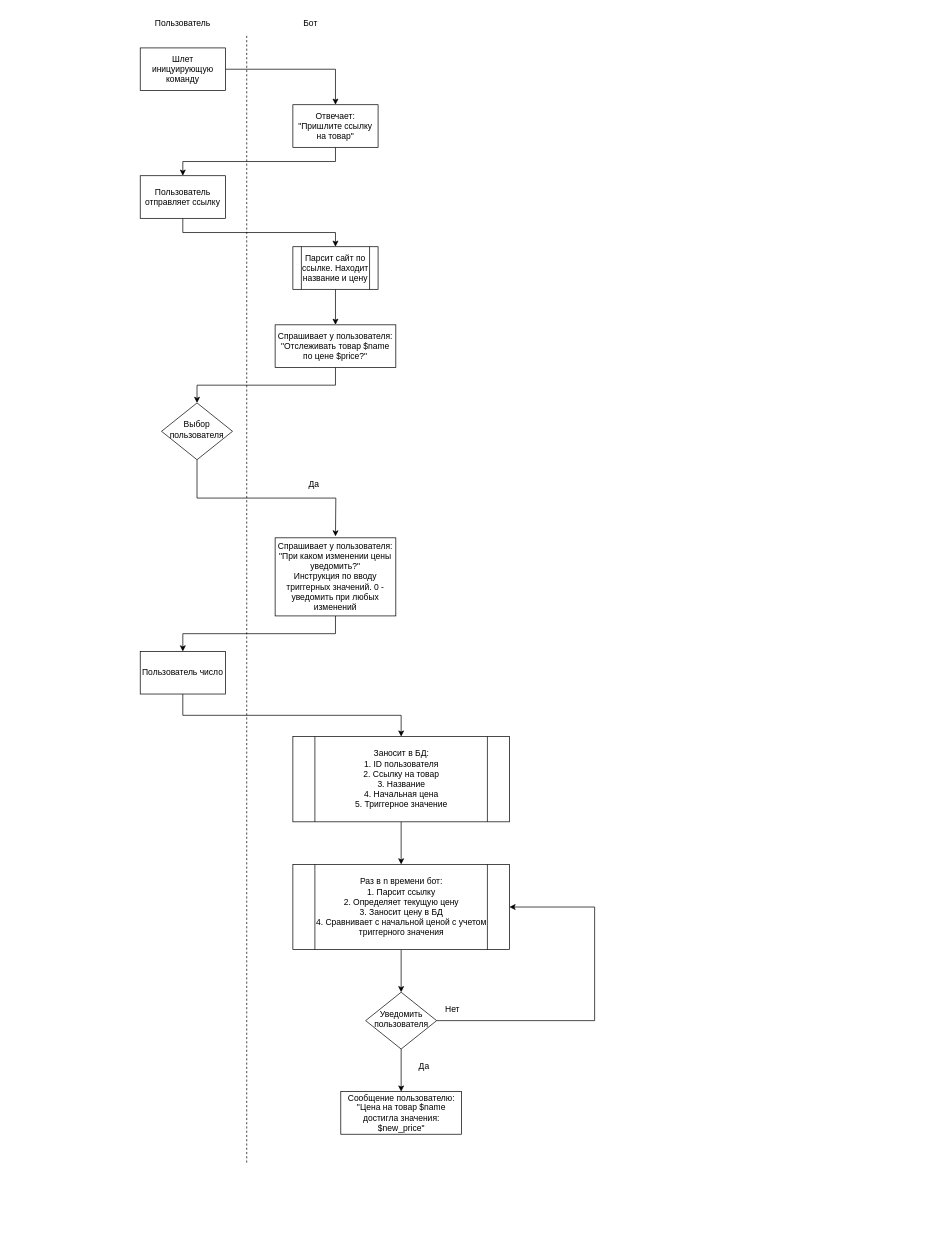
The draw.io diagram Бот по отслеживанию цен.drawio in EhIvan/changePriceBot, before the edit. Source tidied: cells renumbered, new cells numbered last; positions are measured from the earlier drawing's top-left corner, leaving out a move shared by most shapes. Both pictures are drawn from the tidied source at 71%, with x=0, y=0 at pixel (140, 12).
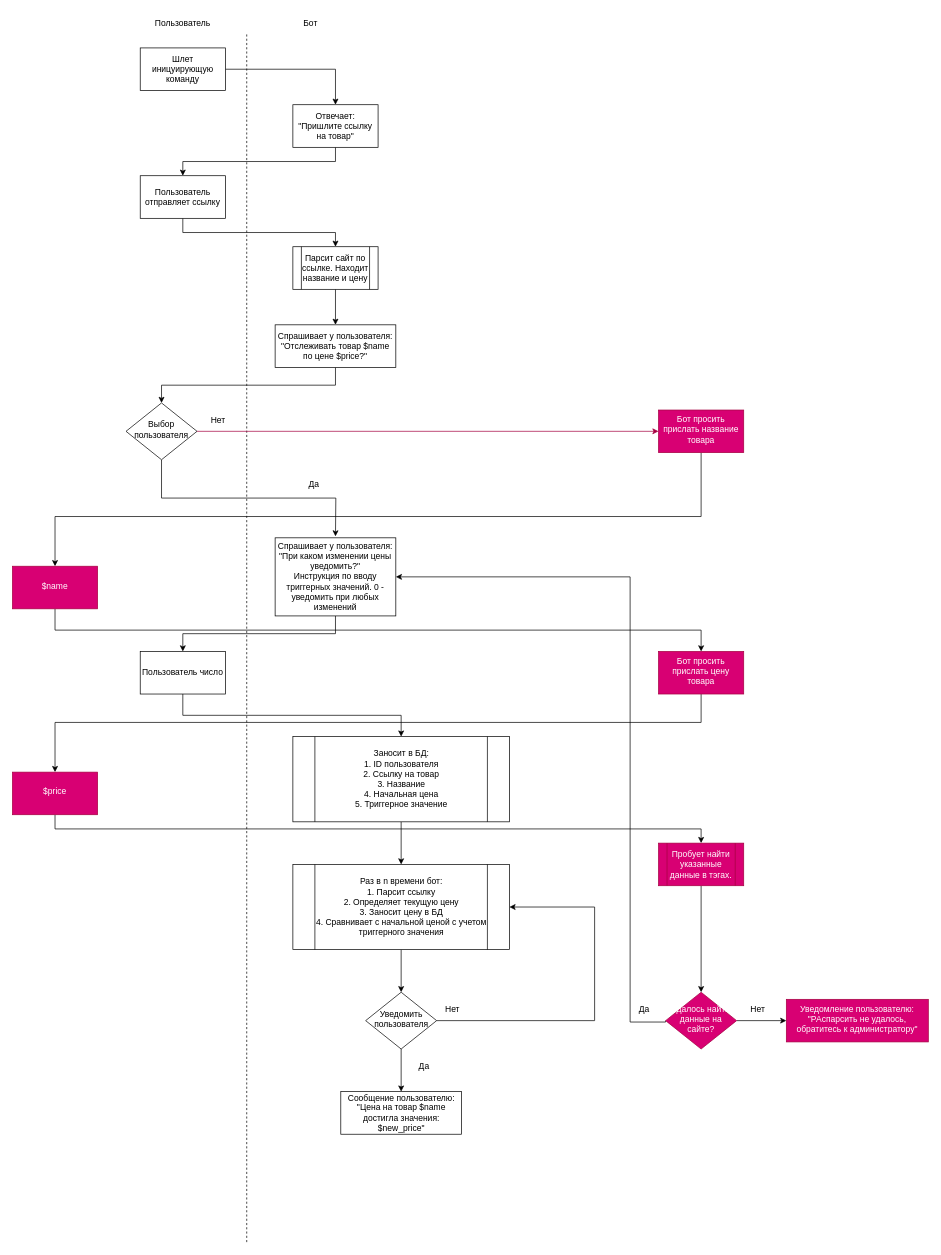
After the change.

The change refers to these unchanged cells:
```xml
<mxCell id="19" value="Спрашивает у пользователя:&lt;br&gt;&quot;При каком изменении цены уведомить?&quot;&lt;br&gt;Инструкция по вводу триггерных значений. 0 - уведомить при любых изменений" style="rounded=0;whiteSpace=wrap;html=1;" parent="1" vertex="1">
  <mxGeometry x="190" y="740" width="170" height="110" as="geometry" />
</mxCell>
```

Change to the diagram source:
```diff
@@
-    <mxCell id="2" style="endArrow=none;dashed=1;html=1;rounded=0;" parent="1" edge="1">
+    <mxCell id="2" style="endArrow=none;dashed=1;html=1;rounded=0;startArrow=none;" parent="1" edge="1">
       <mxGeometry relative="1" as="geometry">
-        <mxPoint x="150" y="1620" as="sourcePoint" />
+        <mxPoint x="150" y="1732" as="sourcePoint" />
         <mxPoint x="150" y="30" as="targetPoint" />
       </mxGeometry>
     </mxCell>
@@
+    <mxCell id="32" style="edgeStyle=orthogonalEdgeStyle;rounded=0;jettySize=auto;html=1;fillColor=#d80073;strokeColor=#A50040;" parent="1" edge="1" source="16" target="34">
+      <mxGeometry relative="1" as="geometry" />
+    </mxCell>
     <mxCell id="16" value="Выбор пользователя" style="rhombus;whiteSpace=wrap;html=1;shadow=0;fontFamily=Helvetica;fontSize=12;align=center;strokeWidth=1;spacing=6;spacingTop=-4;" parent="1" vertex="1">
-      <mxGeometry x="30" y="550" width="100" height="80" as="geometry" />
+      <mxGeometry x="-20" y="550" width="100" height="80" as="geometry" />
     </mxCell>
@@
+    <mxCell id="33" style="edgeStyle=orthogonalEdgeStyle;rounded=0;jettySize=auto;html=1;" parent="1" edge="1" source="34" target="37">
+      <mxGeometry relative="1" as="geometry">
+        <Array as="points">
+          <mxPoint x="790" y="710" />
+          <mxPoint x="-120" y="710" />
+        </Array>
+      </mxGeometry>
+    </mxCell>
+    <mxCell id="34" value="Бот просить прислать название товара" style="whiteSpace=wrap;html=1;shadow=0;strokeWidth=1;spacing=6;spacingTop=-4;fillColor=#d80073;fontColor=#ffffff;strokeColor=#A50040;" parent="1" vertex="1">
+      <mxGeometry x="730" y="560" width="120" height="60" as="geometry" />
+    </mxCell>
+    <mxCell id="35" value="Нет" style="text;html=1;strokeColor=none;fillColor=none;align=center;verticalAlign=middle;whiteSpace=wrap;rounded=0;" parent="1" vertex="1">
+      <mxGeometry x="80" y="560" width="60" height="30" as="geometry" />
+    </mxCell>
+    <mxCell id="36" style="edgeStyle=orthogonalEdgeStyle;rounded=0;jettySize=auto;html=1;entryX=0.5;entryY=0;entryDx=0;entryDy=0;" parent="1" edge="1" source="37" target="39">
+      <mxGeometry relative="1" as="geometry">
+        <Array as="points">
+          <mxPoint x="-120" y="870" />
+          <mxPoint x="790" y="870" />
+        </Array>
+      </mxGeometry>
+    </mxCell>
+    <mxCell id="37" value="$name" style="whiteSpace=wrap;html=1;fillColor=#d80073;strokeColor=#A50040;fontColor=#ffffff;shadow=0;strokeWidth=1;spacing=6;spacingTop=-4;" parent="1" vertex="1">
+      <mxGeometry x="-180" y="780" width="120" height="60" as="geometry" />
+    </mxCell>
+    <mxCell id="38" style="edgeStyle=orthogonalEdgeStyle;rounded=0;jettySize=auto;html=1;" parent="1" edge="1" source="39" target="41">
+      <mxGeometry relative="1" as="geometry">
+        <Array as="points">
+          <mxPoint x="790" y="1000" />
+          <mxPoint x="-120" y="1000" />
+        </Array>
+      </mxGeometry>
+    </mxCell>
+    <mxCell id="39" value="Бот просить прислать цену товара" style="whiteSpace=wrap;html=1;fillColor=#d80073;strokeColor=#A50040;fontColor=#ffffff;shadow=0;strokeWidth=1;spacing=6;spacingTop=-4;" parent="1" vertex="1">
+      <mxGeometry x="730" y="900" width="120" height="60" as="geometry" />
+    </mxCell>
+    <mxCell id="40" style="edgeStyle=orthogonalEdgeStyle;rounded=0;jettySize=auto;html=1;exitX=0.5;exitY=1;exitDx=0;exitDy=0;entryX=0.5;entryY=0;entryDx=0;entryDy=0;" parent="1" edge="1" source="41" target="43">
+      <mxGeometry relative="1" as="geometry" />
+    </mxCell>
+    <mxCell id="41" value="$price" style="whiteSpace=wrap;html=1;fillColor=#d80073;strokeColor=#A50040;fontColor=#ffffff;shadow=0;strokeWidth=1;spacing=6;spacingTop=-4;" parent="1" vertex="1">
+      <mxGeometry x="-180" y="1070" width="120" height="60" as="geometry" />
+    </mxCell>
+    <mxCell id="42" style="edgeStyle=orthogonalEdgeStyle;rounded=0;jettySize=auto;html=1;exitX=0.5;exitY=1;exitDx=0;exitDy=0;entryX=0.5;entryY=0;entryDx=0;entryDy=0;" parent="1" edge="1" source="43" target="46">
+      <mxGeometry relative="1" as="geometry" />
+    </mxCell>
+    <mxCell id="43" value="Пробует найти указанные данные в тэгах." style="shape=process;whiteSpace=wrap;html=1;backgroundOutline=1;fillColor=#d80073;fontColor=#ffffff;strokeColor=#A50040;" parent="1" vertex="1">
+      <mxGeometry x="730" y="1170" width="120" height="60" as="geometry" />
+    </mxCell>
+    <mxCell id="44" style="edgeStyle=orthogonalEdgeStyle;rounded=0;jettySize=auto;html=1;" parent="1" edge="1" source="46" target="47">
+      <mxGeometry relative="1" as="geometry" />
+    </mxCell>
+    <mxCell id="45" style="edgeStyle=orthogonalEdgeStyle;rounded=0;jettySize=auto;html=1;entryX=1;entryY=0.5;entryDx=0;entryDy=0;exitX=0;exitY=0.5;exitDx=0;exitDy=0;" parent="1" edge="1" source="46" target="19">
+      <mxGeometry relative="1" as="geometry">
+        <Array as="points">
+          <mxPoint x="740" y="1422" />
+          <mxPoint x="690" y="1422" />
+          <mxPoint x="690" y="795" />
+        </Array>
+      </mxGeometry>
+    </mxCell>
+    <mxCell id="46" value="Удалось найти данные на сайте?" style="rhombus;whiteSpace=wrap;html=1;shadow=0;fontFamily=Helvetica;fontSize=12;align=center;strokeWidth=1;spacing=6;spacingTop=-4;fillColor=#d80073;fontColor=#ffffff;strokeColor=#A50040;" parent="1" vertex="1">
+      <mxGeometry x="740" y="1380" width="100" height="80" as="geometry" />
+    </mxCell>
+    <mxCell id="47" value="Уведомление пользователю:&lt;br&gt;&quot;РАспарсить не удалось, обратитесь к администратору&quot;" style="whiteSpace=wrap;html=1;fillColor=#d80073;strokeColor=#A50040;fontColor=#ffffff;shadow=0;strokeWidth=1;spacing=6;spacingTop=-4;" parent="1" vertex="1">
+      <mxGeometry x="910" y="1390" width="200" height="60" as="geometry" />
+    </mxCell>
+    <mxCell id="48" value="Нет" style="text;html=1;strokeColor=none;fillColor=none;align=center;verticalAlign=middle;whiteSpace=wrap;rounded=0;" parent="1" vertex="1">
+      <mxGeometry x="840" y="1390" width="60" height="30" as="geometry" />
+    </mxCell>
+    <mxCell id="49" value="Да" style="text;html=1;strokeColor=none;fillColor=none;align=center;verticalAlign=middle;whiteSpace=wrap;rounded=0;" parent="1" vertex="1">
+      <mxGeometry x="680" y="1390" width="60" height="30" as="geometry" />
+    </mxCell>
```
